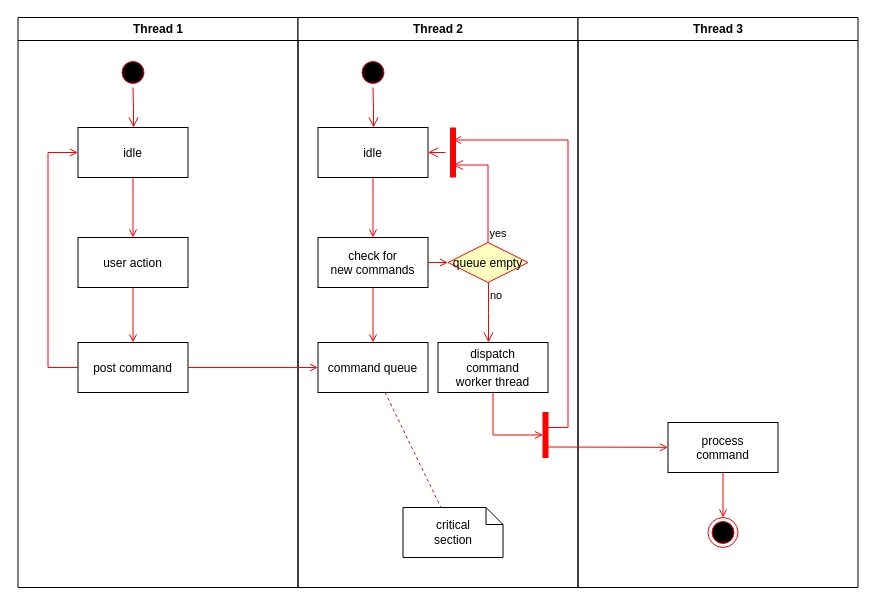
Earlier version of the draw.io diagram tool_graph_drawio/datapath_boot_flow Diagram.drawio (paulluo/work_note). Source tidied: cells renumbered, new cells numbered last; positions are measured from the earlier drawing's top-left corner, leaving out a move shared by most shapes. Both pictures are drawn from the tidied source at 100%, with x=0, y=0 at pixel (17, 17).
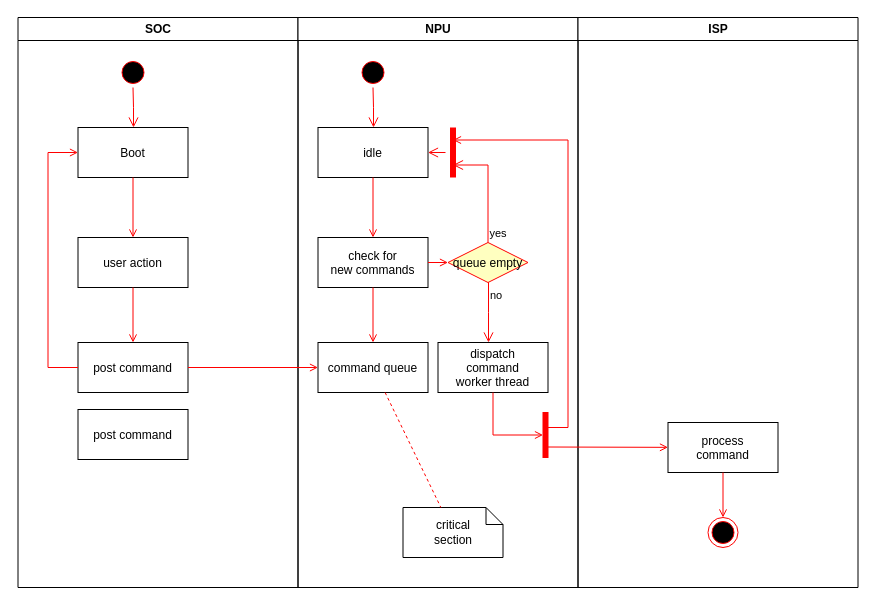
The same diagram, later.

Diff of the diagram source:
```diff
@@
-    <mxCell id="2" value="Thread 1" style="swimlane;whiteSpace=wrap;" parent="1" vertex="1">
+    <mxCell id="2" value="SOC" style="swimlane;whiteSpace=wrap;" parent="1" vertex="1">
       <mxGeometry x="0.5" width="280" height="570" as="geometry" />
     </mxCell>
@@
-    <mxCell id="5" value="idle" parent="2" vertex="1">
+    <mxCell id="5" value="Boot" parent="2" vertex="1">
       <mxGeometry x="60" y="110" width="110" height="50" as="geometry" />
     </mxCell>
@@
+    <mxCell id="37" value="post command" parent="2" vertex="1">
+      <mxGeometry x="60" y="392" width="110" height="50" as="geometry" />
+    </mxCell>
-    <mxCell id="11" value="Thread 2" style="swimlane;whiteSpace=wrap;" parent="1" vertex="1">
+    <mxCell id="11" value="NPU" style="swimlane;whiteSpace=wrap;" parent="1" vertex="1">
       <mxGeometry x="280.5" width="280" height="570" as="geometry" />
     </mxCell>
@@
-    <mxCell id="30" value="Thread 3" style="swimlane;whiteSpace=wrap;" parent="1" vertex="1">
+    <mxCell id="30" value="ISP" style="swimlane;whiteSpace=wrap;" parent="1" vertex="1">
       <mxGeometry x="560.5" width="280" height="570" as="geometry" />
     </mxCell>
```
